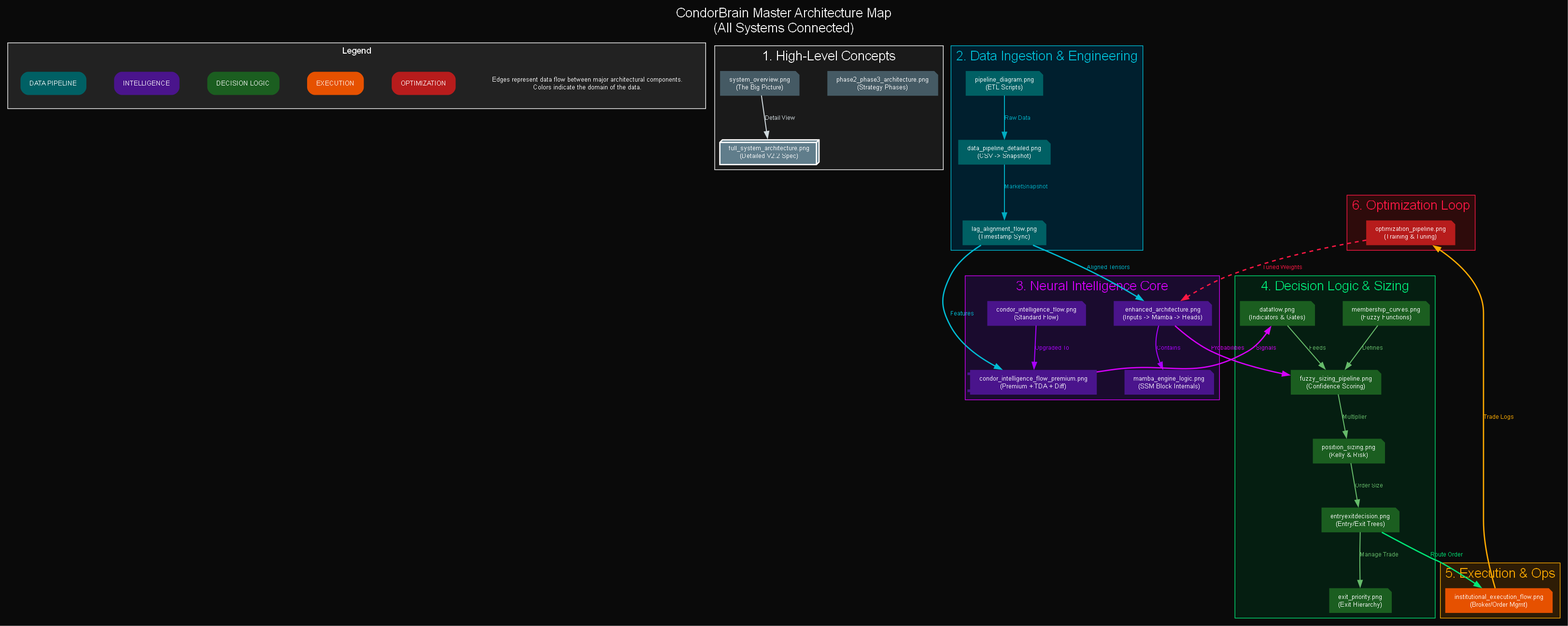
trextrader/spy-iron-condor-trading keeps this Graphviz diagram as docs/architecture/diagram_map.png. Above is the earlier version. Its source is kept beside it as docs/architecture/diagram_map.dot.
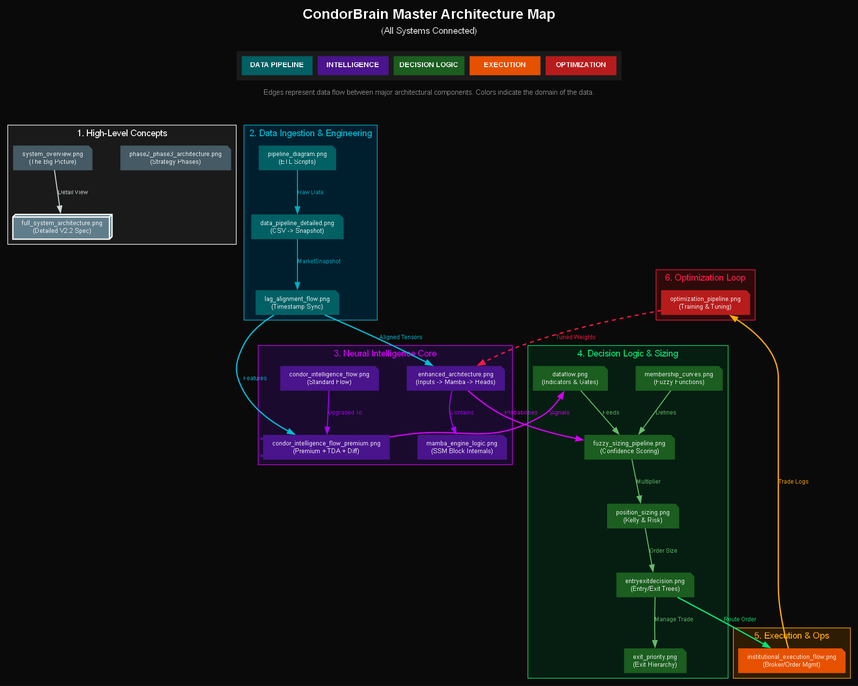
The same file after the commit.

Commit message:
Fix Legend Centering using HTML Label

Change to the diagram source:
```diff
@@ -9,30 +9,28 @@
     node [shape=note, fontname="Helvetica", fontsize=10, style="filled,rounded", fontcolor="white", penwidth=0, margin="0.2,0.1"];
     edge [fontname="Helvetica", fontsize=9, penwidth=1.5];
 
-    label = "CondorBrain Master Architecture Map\n(All Systems Connected)";
-    fontcolor="white";
-    fontsize=20;
     labelloc="t";
-
-    subgraph cluster_legend {
-        label="Legend";
-        fontsize=14;
-        style=filled;
-        fillcolor="#222222";
-        color="white";
-        fontcolor="white";
-        margin=20;
-
-        {rank=same; leg_data; leg_intel; leg_logic; leg_exec; leg_opt}
-
-        leg_data [label="DATA PIPELINE", fillcolor="#006064", shape=rect];
-        leg_intel [label="INTELLIGENCE", fillcolor="#4a148c", shape=rect];
-        leg_logic [label="DECISION LOGIC", fillcolor="#1b5e20", shape=rect];
-        leg_exec [label="EXECUTION", fillcolor="#e65100", shape=rect];
-        leg_opt [label="OPTIMIZATION", fillcolor="#b71c1c", shape=rect];
-
-        leg_desc [label="Edges represent data flow between major architectural components.\nColors indicate the domain of the data.", shape=plaintext, fillcolor=none];
-    }
+    label = <
+    <TABLE BORDER="0" CELLBORDER="0" CELLSPACING="0">
+      <TR><TD><FONT POINT-SIZE="22" COLOR="white"><B>CondorBrain Master Architecture Map</B></FONT></TD></TR>
+      <TR><TD><FONT POINT-SIZE="14" COLOR="#cccccc">(All Systems Connected)</FONT></TD></TR>
+      <TR><TD HEIGHT="20"></TD></TR>
+      <TR><TD>
+        <TABLE BORDER="0" CELLBORDER="0" CELLSPACING="8" BGCOLOR="#1a1a1a" CELLPADDING="8">
+          <TR>
+            <TD BGCOLOR="#006064" WIDTH="110" HEIGHT="24" ALIGN="CENTER"><FONT COLOR="white" POINT-SIZE="11"><B>DATA PIPELINE</B></FONT></TD>
+            <TD BGCOLOR="#4a148c" WIDTH="110" HEIGHT="24" ALIGN="CENTER"><FONT COLOR="white" POINT-SIZE="11"><B>INTELLIGENCE</B></FONT></TD>
+            <TD BGCOLOR="#1b5e20" WIDTH="110" HEIGHT="24" ALIGN="CENTER"><FONT COLOR="white" POINT-SIZE="11"><B>DECISION LOGIC</B></FONT></TD>
+            <TD BGCOLOR="#e65100" WIDTH="110" HEIGHT="24" ALIGN="CENTER"><FONT COLOR="white" POINT-SIZE="11"><B>EXECUTION</B></FONT></TD>
+            <TD BGCOLOR="#b71c1c" WIDTH="110" HEIGHT="24" ALIGN="CENTER"><FONT COLOR="white" POINT-SIZE="11"><B>OPTIMIZATION</B></FONT></TD>
+          </TR>
+        </TABLE>
+      </TD></TR>
+      <TR><TD HEIGHT="8"></TD></TR>
+      <TR><TD><FONT POINT-SIZE="11" COLOR="#999999">Edges represent data flow between major architectural components. Colors indicate the domain of the data.</FONT></TD></TR>
+      <TR><TD HEIGHT="30"></TD></TR>
+    </TABLE>
+    >;
 
     subgraph cluster_overview {
         label = "1. High-Level Concepts";
@@ -131,8 +129,6 @@
     }
 
 
-    leg_logic -> d_full [style=invis, weight=100];
-
     d_lag -> d_enhanced [label="Aligned Tensors", color="#00bcd4", fontcolor="#00bcd4", penwidth=2];
     d_lag -> d_flow_prem [label="Features", color="#00bcd4", fontcolor="#00bcd4", penwidth=2];
 
```
